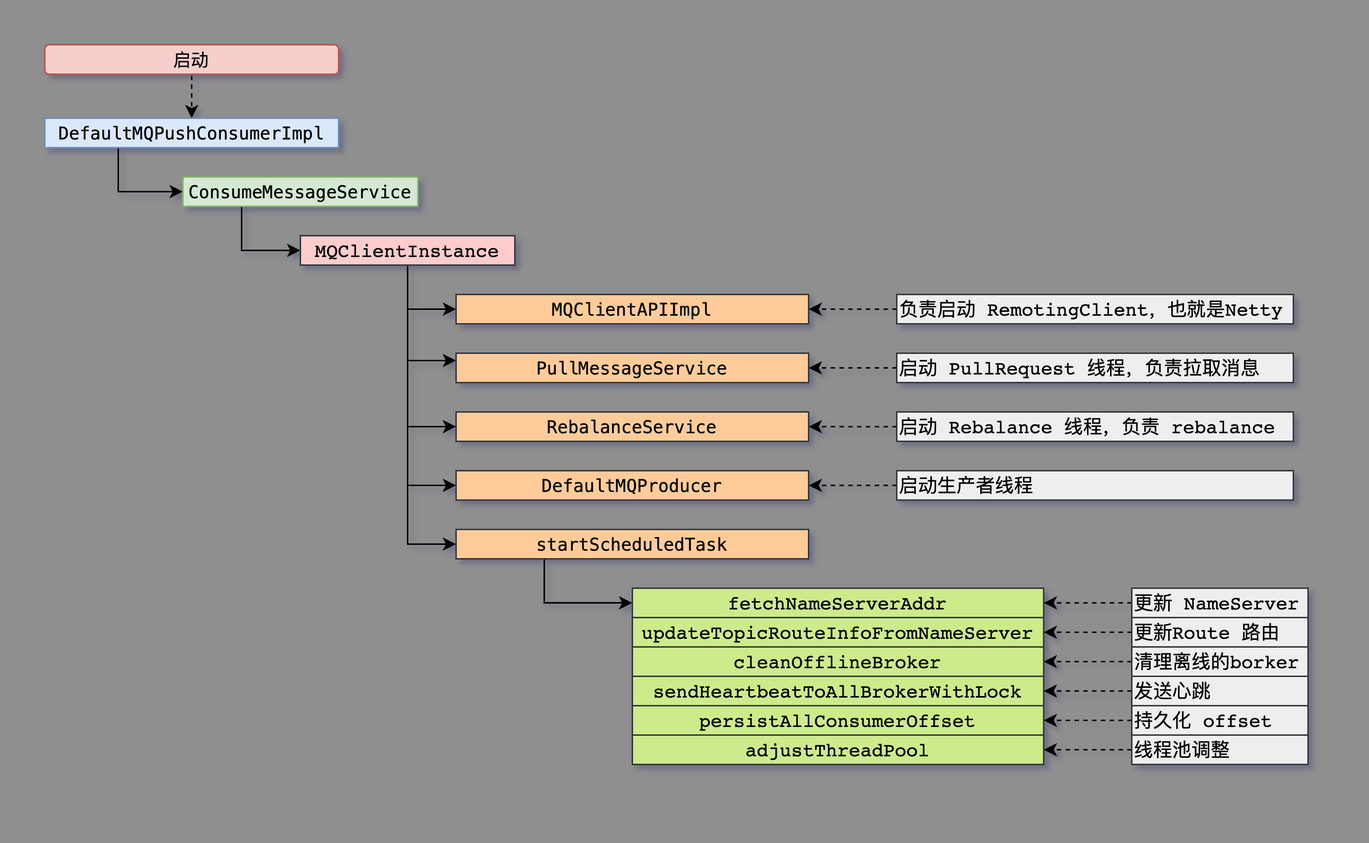
Earlier version of the draw.io export rocketmq/images/rocketmq-consumer-start.png (web1992/read). Source tidied: cells renumbered, new cells last; positions are measured from the earlier drawing's top-left corner, leaving out a move shared by most shapes.
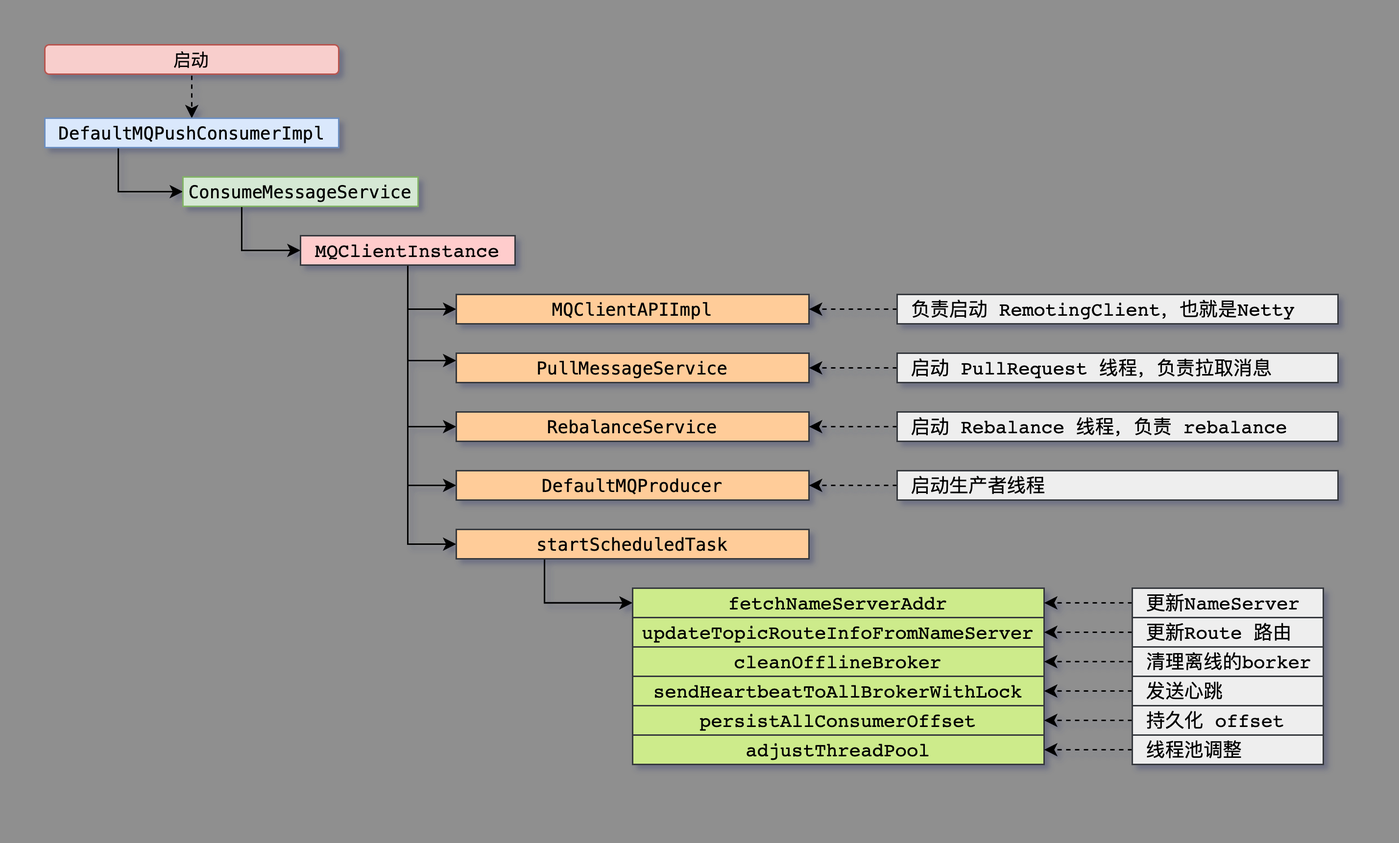
After the change.

Commit message:
fix rocketmq consumer

Diff of the diagram source:
```diff
@@ -76,62 +76,62 @@
     <mxCell id="25" style="edgeStyle=orthogonalEdgeStyle;rounded=0;jettySize=auto;html=1;exitX=0;exitY=0.5;exitDx=0;exitDy=0;entryX=1;entryY=0.5;entryDx=0;entryDy=0;labelBackgroundColor=none;fontColor=#000000;dashed=1;" parent="1" edge="1" source="26" target="13">
       <mxGeometry relative="1" as="geometry" />
     </mxCell>
-    <mxCell id="26" value="&lt;pre style=&quot;font-family: &amp;quot;jetbrains mono&amp;quot; , monospace ; font-size: 9.8pt&quot;&gt;负责启动 RemotingClient，也就是Netty&lt;/pre&gt;" style="text;html=1;align=left;verticalAlign=middle;whiteSpace=wrap;rounded=0;labelBackgroundColor=none;fillColor=#eeeeee;strokeColor=#36393d;" parent="1" vertex="1">
-      <mxGeometry x="580" y="170" width="270" height="20" as="geometry" />
+    <mxCell id="26" value="&lt;pre style=&quot;font-family: &amp;#34;jetbrains mono&amp;#34; , monospace ; font-size: 9.8pt&quot;&gt; 负责启动 RemotingClient，也就是Netty&lt;/pre&gt;" style="text;html=1;align=left;verticalAlign=middle;whiteSpace=wrap;rounded=0;labelBackgroundColor=none;fillColor=#eeeeee;strokeColor=#36393d;" parent="1" vertex="1">
+      <mxGeometry x="580" y="170" width="300" height="20" as="geometry" />
     </mxCell>
     <mxCell id="27" style="edgeStyle=orthogonalEdgeStyle;rounded=0;jettySize=auto;html=1;exitX=0;exitY=0.5;exitDx=0;exitDy=0;entryX=1;entryY=0.5;entryDx=0;entryDy=0;labelBackgroundColor=none;fontColor=#000000;dashed=1;" parent="1" edge="1" source="28" target="17">
       <mxGeometry relative="1" as="geometry" />
     </mxCell>
-    <mxCell id="28" value="&lt;pre style=&quot;font-family: &amp;quot;jetbrains mono&amp;quot; , monospace ; font-size: 9.8pt&quot;&gt;启动 PullRequest 线程，负责拉取消息&lt;/pre&gt;" style="text;html=1;align=left;verticalAlign=middle;whiteSpace=wrap;rounded=0;labelBackgroundColor=none;fillColor=#eeeeee;strokeColor=#36393d;" parent="1" vertex="1">
-      <mxGeometry x="580" y="210" width="270" height="20" as="geometry" />
+    <mxCell id="28" value="&lt;pre style=&quot;font-family: &amp;#34;jetbrains mono&amp;#34; , monospace ; font-size: 9.8pt&quot;&gt; 启动 PullRequest 线程，负责拉取消息&lt;/pre&gt;" style="text;html=1;align=left;verticalAlign=middle;whiteSpace=wrap;rounded=0;labelBackgroundColor=none;fillColor=#eeeeee;strokeColor=#36393d;" parent="1" vertex="1">
+      <mxGeometry x="580" y="210" width="300" height="20" as="geometry" />
     </mxCell>
     <mxCell id="29" style="edgeStyle=orthogonalEdgeStyle;rounded=0;jettySize=auto;html=1;entryX=1;entryY=0.5;entryDx=0;entryDy=0;labelBackgroundColor=none;fontColor=#000000;dashed=1;" parent="1" edge="1" source="30" target="18">
       <mxGeometry relative="1" as="geometry" />
     </mxCell>
-    <mxCell id="30" value="&lt;pre style=&quot;font-family: &amp;quot;jetbrains mono&amp;quot; , monospace ; font-size: 9.8pt&quot;&gt;启动 Rebalance 线程，负责 rebalance&lt;/pre&gt;" style="text;html=1;align=left;verticalAlign=middle;whiteSpace=wrap;rounded=0;labelBackgroundColor=none;fillColor=#eeeeee;strokeColor=#36393d;" parent="1" vertex="1">
-      <mxGeometry x="580" y="250" width="270" height="20" as="geometry" />
+    <mxCell id="30" value="&lt;pre style=&quot;font-family: &amp;#34;jetbrains mono&amp;#34; , monospace ; font-size: 9.8pt&quot;&gt; 启动 Rebalance 线程，负责 rebalance&lt;/pre&gt;" style="text;html=1;align=left;verticalAlign=middle;whiteSpace=wrap;rounded=0;labelBackgroundColor=none;fillColor=#eeeeee;strokeColor=#36393d;" parent="1" vertex="1">
+      <mxGeometry x="580" y="250" width="300" height="20" as="geometry" />
     </mxCell>
     <mxCell id="31" style="edgeStyle=orthogonalEdgeStyle;rounded=0;jettySize=auto;html=1;exitX=0;exitY=0.5;exitDx=0;exitDy=0;entryX=1;entryY=0.5;entryDx=0;entryDy=0;labelBackgroundColor=none;fontColor=#000000;dashed=1;" parent="1" edge="1" source="32" target="19">
       <mxGeometry relative="1" as="geometry" />
     </mxCell>
-    <mxCell id="32" value="&lt;pre style=&quot;font-family: &amp;quot;jetbrains mono&amp;quot; , monospace ; font-size: 9.8pt&quot;&gt;启动生产者线程&lt;/pre&gt;" style="text;html=1;align=left;verticalAlign=middle;whiteSpace=wrap;rounded=0;labelBackgroundColor=none;fillColor=#eeeeee;strokeColor=#36393d;" parent="1" vertex="1">
-      <mxGeometry x="580" y="290" width="270" height="20" as="geometry" />
+    <mxCell id="32" value="&lt;pre style=&quot;font-family: &amp;#34;jetbrains mono&amp;#34; , monospace ; font-size: 9.8pt&quot;&gt; 启动生产者线程&lt;/pre&gt;" style="text;html=1;align=left;verticalAlign=middle;whiteSpace=wrap;rounded=0;labelBackgroundColor=none;fillColor=#eeeeee;strokeColor=#36393d;" parent="1" vertex="1">
+      <mxGeometry x="580" y="290" width="300" height="20" as="geometry" />
     </mxCell>
     <mxCell id="33" style="edgeStyle=orthogonalEdgeStyle;rounded=0;jettySize=auto;html=1;exitX=0;exitY=0.5;exitDx=0;exitDy=0;entryX=1;entryY=0.5;entryDx=0;entryDy=0;labelBackgroundColor=none;fontColor=#000000;dashed=1;" parent="1" edge="1" source="34" target="16">
       <mxGeometry relative="1" as="geometry" />
     </mxCell>
-    <mxCell id="34" value="&lt;pre style=&quot;font-family: &amp;quot;jetbrains mono&amp;quot; , monospace ; font-size: 9.8pt&quot;&gt;更新 NameServer&lt;/pre&gt;" style="text;html=1;align=left;verticalAlign=middle;whiteSpace=wrap;rounded=0;labelBackgroundColor=none;fillColor=#eeeeee;strokeColor=#36393d;" parent="1" vertex="1">
-      <mxGeometry x="740" y="370" width="120" height="20" as="geometry" />
+    <mxCell id="34" value="&lt;pre style=&quot;font-family: &amp;#34;jetbrains mono&amp;#34; , monospace ; font-size: 9.8pt&quot;&gt; 更新NameServer&lt;/pre&gt;" style="text;html=1;align=left;verticalAlign=middle;whiteSpace=wrap;rounded=0;labelBackgroundColor=none;fillColor=#eeeeee;strokeColor=#36393d;" parent="1" vertex="1">
+      <mxGeometry x="740" y="370" width="130" height="20" as="geometry" />
     </mxCell>
     <mxCell id="35" style="edgeStyle=orthogonalEdgeStyle;rounded=0;jettySize=auto;html=1;exitX=0;exitY=0.5;exitDx=0;exitDy=0;entryX=1;entryY=0.5;entryDx=0;entryDy=0;labelBackgroundColor=none;fontColor=#000000;dashed=1;" parent="1" edge="1" source="36" target="20">
       <mxGeometry relative="1" as="geometry" />
     </mxCell>
-    <mxCell id="36" value="&lt;pre style=&quot;font-family: &amp;quot;jetbrains mono&amp;quot; , monospace ; font-size: 9.8pt&quot;&gt;更新Route 路由&lt;/pre&gt;" style="text;html=1;align=left;verticalAlign=middle;whiteSpace=wrap;rounded=0;labelBackgroundColor=none;fillColor=#eeeeee;strokeColor=#36393d;" parent="1" vertex="1">
-      <mxGeometry x="740" y="390" width="120" height="20" as="geometry" />
+    <mxCell id="36" value="&lt;pre style=&quot;font-family: &amp;#34;jetbrains mono&amp;#34; , monospace ; font-size: 9.8pt&quot;&gt; 更新Route 路由&lt;/pre&gt;" style="text;html=1;align=left;verticalAlign=middle;whiteSpace=wrap;rounded=0;labelBackgroundColor=none;fillColor=#eeeeee;strokeColor=#36393d;" parent="1" vertex="1">
+      <mxGeometry x="740" y="390" width="130" height="20" as="geometry" />
     </mxCell>
     <mxCell id="37" style="edgeStyle=orthogonalEdgeStyle;rounded=0;jettySize=auto;html=1;exitX=0;exitY=0.5;exitDx=0;exitDy=0;entryX=1;entryY=0.5;entryDx=0;entryDy=0;labelBackgroundColor=none;fontColor=#000000;dashed=1;" parent="1" edge="1" source="38" target="21">
       <mxGeometry relative="1" as="geometry" />
     </mxCell>
-    <mxCell id="38" value="&lt;pre style=&quot;font-family: &amp;quot;jetbrains mono&amp;quot; , monospace ; font-size: 9.8pt&quot;&gt;清理离线的borker&lt;/pre&gt;" style="text;html=1;align=left;verticalAlign=middle;whiteSpace=wrap;rounded=0;labelBackgroundColor=none;fillColor=#eeeeee;strokeColor=#36393d;" parent="1" vertex="1">
-      <mxGeometry x="740" y="410" width="120" height="20" as="geometry" />
+    <mxCell id="38" value="&lt;pre style=&quot;font-family: &amp;#34;jetbrains mono&amp;#34; , monospace ; font-size: 9.8pt&quot;&gt; 清理离线的borker&lt;/pre&gt;" style="text;html=1;align=left;verticalAlign=middle;whiteSpace=wrap;rounded=0;labelBackgroundColor=none;fillColor=#eeeeee;strokeColor=#36393d;" parent="1" vertex="1">
+      <mxGeometry x="740" y="410" width="130" height="20" as="geometry" />
     </mxCell>
     <mxCell id="39" style="edgeStyle=orthogonalEdgeStyle;rounded=0;jettySize=auto;html=1;exitX=0;exitY=0.5;exitDx=0;exitDy=0;entryX=1;entryY=0.5;entryDx=0;entryDy=0;labelBackgroundColor=none;fontColor=#000000;dashed=1;" parent="1" edge="1" source="40" target="22">
       <mxGeometry relative="1" as="geometry" />
     </mxCell>
-    <mxCell id="40" value="&lt;pre style=&quot;font-family: &amp;quot;jetbrains mono&amp;quot; , monospace ; font-size: 9.8pt&quot;&gt;发送心跳&lt;/pre&gt;" style="text;html=1;align=left;verticalAlign=middle;whiteSpace=wrap;rounded=0;labelBackgroundColor=none;fillColor=#eeeeee;strokeColor=#36393d;" parent="1" vertex="1">
-      <mxGeometry x="740" y="430" width="120" height="20" as="geometry" />
+    <mxCell id="40" value="&lt;pre style=&quot;font-family: &amp;#34;jetbrains mono&amp;#34; , monospace ; font-size: 9.8pt&quot;&gt; 发送心跳&lt;/pre&gt;" style="text;html=1;align=left;verticalAlign=middle;whiteSpace=wrap;rounded=0;labelBackgroundColor=none;fillColor=#eeeeee;strokeColor=#36393d;" parent="1" vertex="1">
+      <mxGeometry x="740" y="430" width="130" height="20" as="geometry" />
     </mxCell>
     <mxCell id="41" style="edgeStyle=orthogonalEdgeStyle;rounded=0;jettySize=auto;html=1;exitX=0;exitY=0.5;exitDx=0;exitDy=0;entryX=1;entryY=0.5;entryDx=0;entryDy=0;labelBackgroundColor=none;fontColor=#000000;dashed=1;" parent="1" edge="1" source="42" target="23">
       <mxGeometry relative="1" as="geometry" />
     </mxCell>
-    <mxCell id="42" value="&lt;pre style=&quot;font-family: &amp;quot;jetbrains mono&amp;quot; , monospace ; font-size: 9.8pt&quot;&gt;持久化 offset&lt;/pre&gt;" style="text;html=1;align=left;verticalAlign=middle;whiteSpace=wrap;rounded=0;labelBackgroundColor=none;fillColor=#eeeeee;strokeColor=#36393d;" parent="1" vertex="1">
-      <mxGeometry x="740" y="450" width="120" height="20" as="geometry" />
+    <mxCell id="42" value="&lt;pre style=&quot;font-family: &amp;#34;jetbrains mono&amp;#34; , monospace ; font-size: 9.8pt&quot;&gt; 持久化 offset&lt;/pre&gt;" style="text;html=1;align=left;verticalAlign=middle;whiteSpace=wrap;rounded=0;labelBackgroundColor=none;fillColor=#eeeeee;strokeColor=#36393d;" parent="1" vertex="1">
+      <mxGeometry x="740" y="450" width="130" height="20" as="geometry" />
     </mxCell>
     <mxCell id="43" style="edgeStyle=orthogonalEdgeStyle;rounded=0;jettySize=auto;html=1;exitX=0;exitY=0.5;exitDx=0;exitDy=0;entryX=1;entryY=0.5;entryDx=0;entryDy=0;dashed=1;labelBackgroundColor=none;fontColor=#000000;" parent="1" edge="1" source="44" target="24">
       <mxGeometry relative="1" as="geometry" />
     </mxCell>
-    <mxCell id="44" value="&lt;pre style=&quot;font-family: &amp;quot;jetbrains mono&amp;quot; , monospace ; font-size: 9.8pt&quot;&gt;线程池调整&lt;/pre&gt;" style="text;html=1;align=left;verticalAlign=middle;whiteSpace=wrap;rounded=0;labelBackgroundColor=none;fillColor=#eeeeee;strokeColor=#36393d;" parent="1" vertex="1">
-      <mxGeometry x="740" y="470" width="120" height="20" as="geometry" />
+    <mxCell id="44" value="&lt;pre style=&quot;font-family: &amp;#34;jetbrains mono&amp;#34; , monospace ; font-size: 9.8pt&quot;&gt; 线程池调整&lt;/pre&gt;" style="text;html=1;align=left;verticalAlign=middle;whiteSpace=wrap;rounded=0;labelBackgroundColor=none;fillColor=#eeeeee;strokeColor=#36393d;" parent="1" vertex="1">
+      <mxGeometry x="740" y="470" width="130" height="20" as="geometry" />
     </mxCell>
     <mxCell id="45" value="启动" style="rounded=1;whiteSpace=wrap;html=1;labelBackgroundColor=none;fillColor=#f8cecc;strokeColor=#b85450;" parent="1" vertex="1">
       <mxGeometry width="200" height="20" as="geometry" />
```
